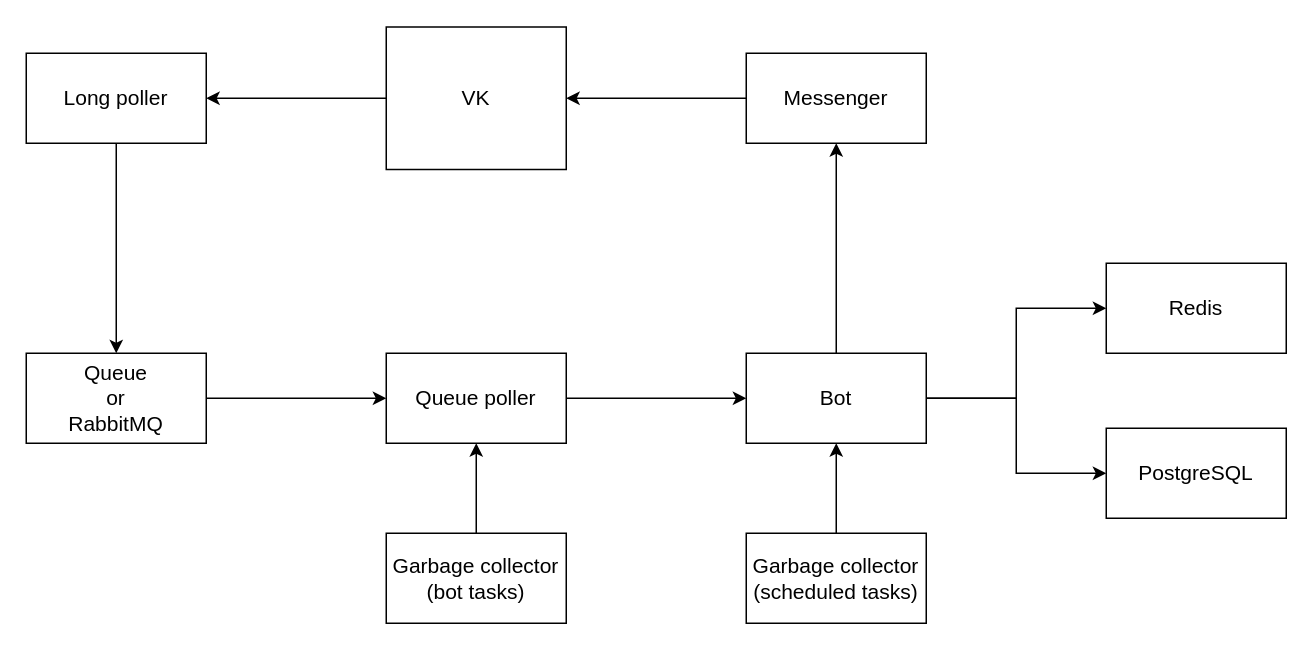
The draw.io diagram page "Structure" (1 of 2) of schema.drawio in ipakeev/vk_quiz_bot, before the edit. Source tidied: cells renumbered, new cells numbered last; positions are measured from the earlier drawing's top-left corner, leaving out a move shared by most shapes. Both pictures are drawn from the tidied source at 150%, with x=0, y=0 at pixel (26, 26).
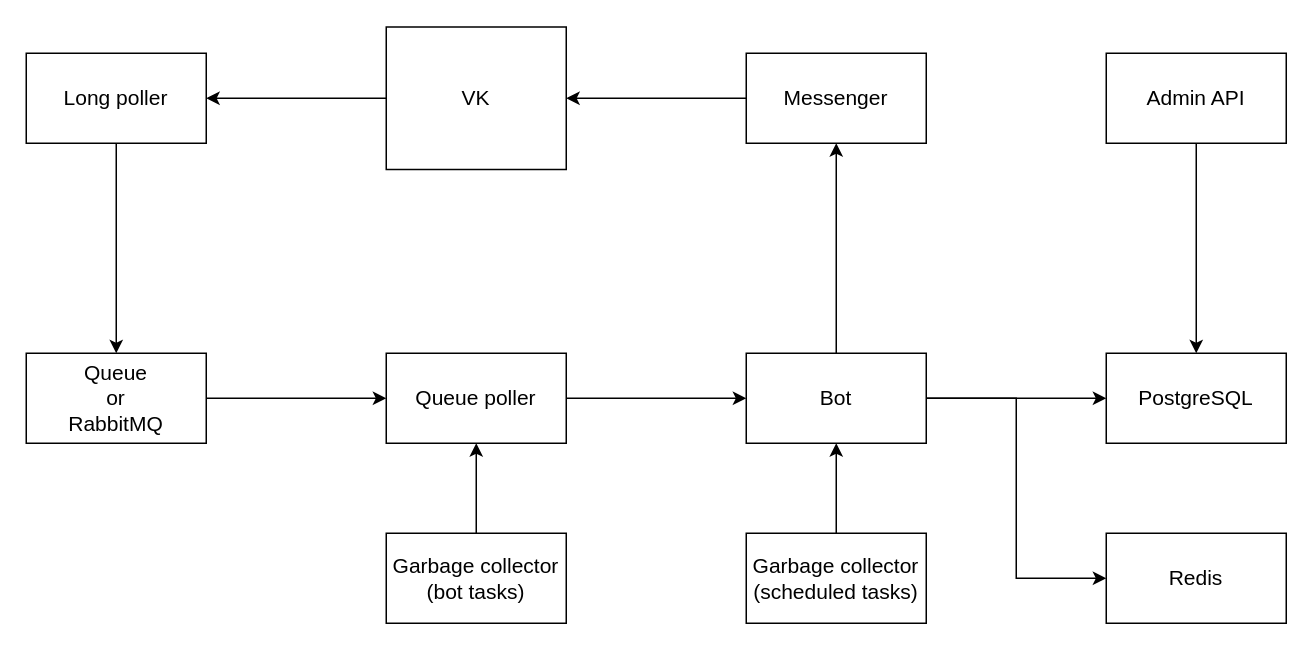
After the change.

Unchanged cells that the change refers to:
```xml
<mxCell id="15" value="Bot" style="rounded=0;whiteSpace=wrap;html=1;fontSize=14;" parent="1" vertex="1">
  <mxGeometry x="480" y="218" width="120" height="60" as="geometry" />
</mxCell>
```

The edit, as a diff of the source:
```diff
@@
     <mxCell id="13" style="edgeStyle=orthogonalEdgeStyle;rounded=0;jettySize=auto;html=1;fontSize=14;" parent="1" edge="1" source="15" target="20">
-      <mxGeometry relative="1" as="geometry" />
+      <mxGeometry relative="1" as="geometry">
+        <Array as="points">
+          <mxPoint x="660" y="248" />
+          <mxPoint x="660" y="368" />
+        </Array>
+      </mxGeometry>
     </mxCell>
@@
     <mxCell id="20" value="&lt;font style=&quot;font-size: 14px&quot;&gt;Redis&lt;/font&gt;" style="rounded=0;whiteSpace=wrap;html=1;fontSize=14;" parent="1" vertex="1">
-      <mxGeometry x="720" y="158" width="120" height="60" as="geometry" />
+      <mxGeometry x="720" y="338" width="120" height="60" as="geometry" />
     </mxCell>
     <mxCell id="21" value="PostgreSQL" style="rounded=0;whiteSpace=wrap;html=1;fontSize=14;" parent="1" vertex="1">
-      <mxGeometry x="720" y="268" width="120" height="60" as="geometry" />
+      <mxGeometry x="720" y="218" width="120" height="60" as="geometry" />
     </mxCell>
+    <mxCell id="22" style="edgeStyle=orthogonalEdgeStyle;rounded=0;jettySize=auto;html=1;entryX=0.5;entryY=0;entryDx=0;entryDy=0;" parent="1" edge="1" source="23" target="21">
+      <mxGeometry relative="1" as="geometry" />
+    </mxCell>
+    <mxCell id="23" value="&lt;font style=&quot;font-size: 14px&quot;&gt;Admin API&lt;/font&gt;" style="rounded=0;whiteSpace=wrap;html=1;" parent="1" vertex="1">
+      <mxGeometry x="720" y="18" width="120" height="60" as="geometry" />
+    </mxCell>
```
